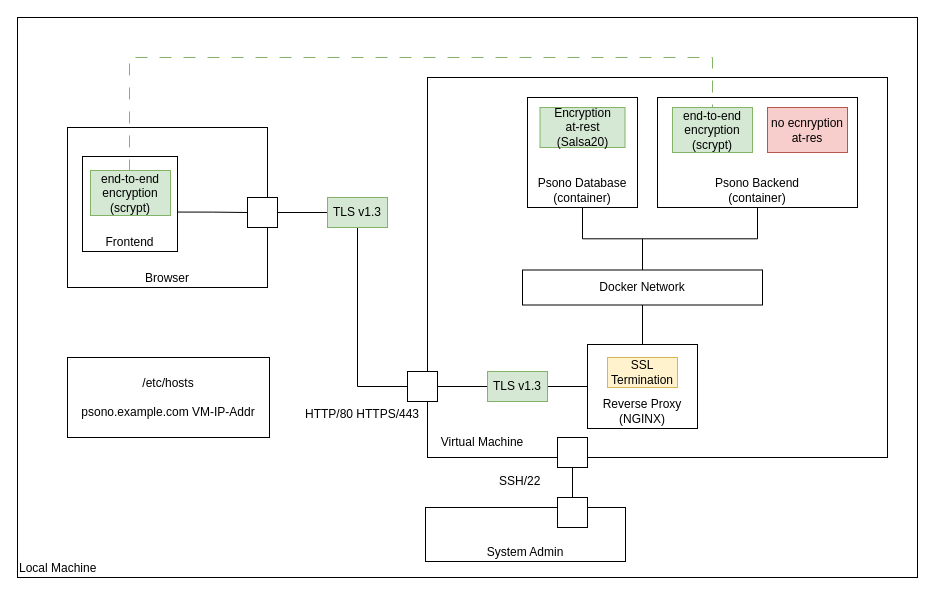
This is zorin_cybersecurity2/PsonoITSArchitecture.drawio from v-research/edu, a draw.io file, before an edit. Source tidied: cells renumbered, new cells numbered last; positions are measured from the earlier drawing's top-left corner, leaving out a move shared by most shapes. Both pictures are drawn from the tidied source at 100%, with x=0, y=0 at pixel (17, 17).
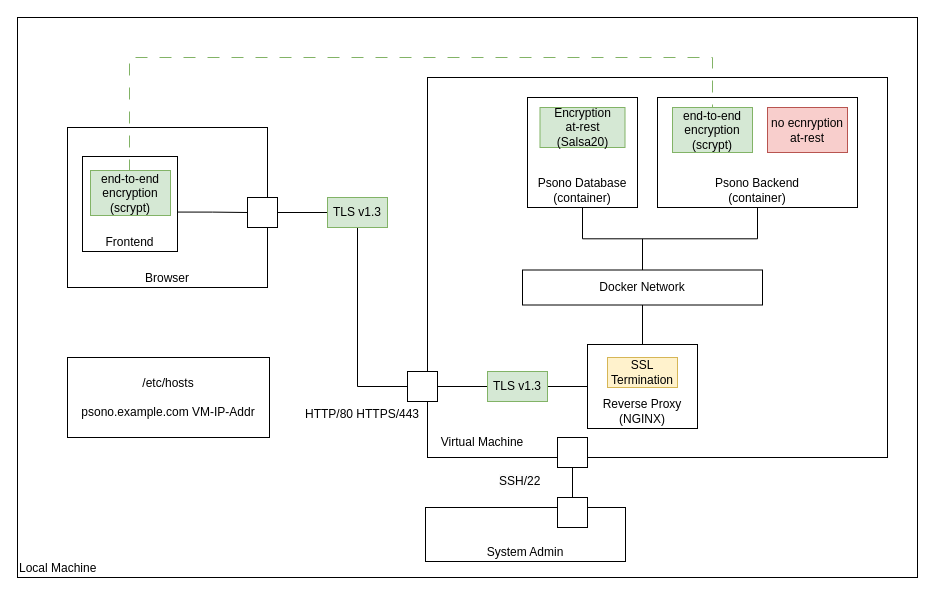
The same page after the edit.

Change to the diagram source:
```diff
@@
-    <mxCell id="30" value="no ecnryption at-res" style="text;html=1;strokeColor=#b85450;fillColor=#f8cecc;align=center;verticalAlign=middle;whiteSpace=wrap;rounded=0;" parent="1" vertex="1">
+    <mxCell id="30" value="no ecnryption at-rest" style="text;html=1;strokeColor=#b85450;fillColor=#f8cecc;align=center;verticalAlign=middle;whiteSpace=wrap;rounded=0;" parent="1" vertex="1">
       <mxGeometry x="750" y="90" width="80" height="45" as="geometry" />
     </mxCell>
```
